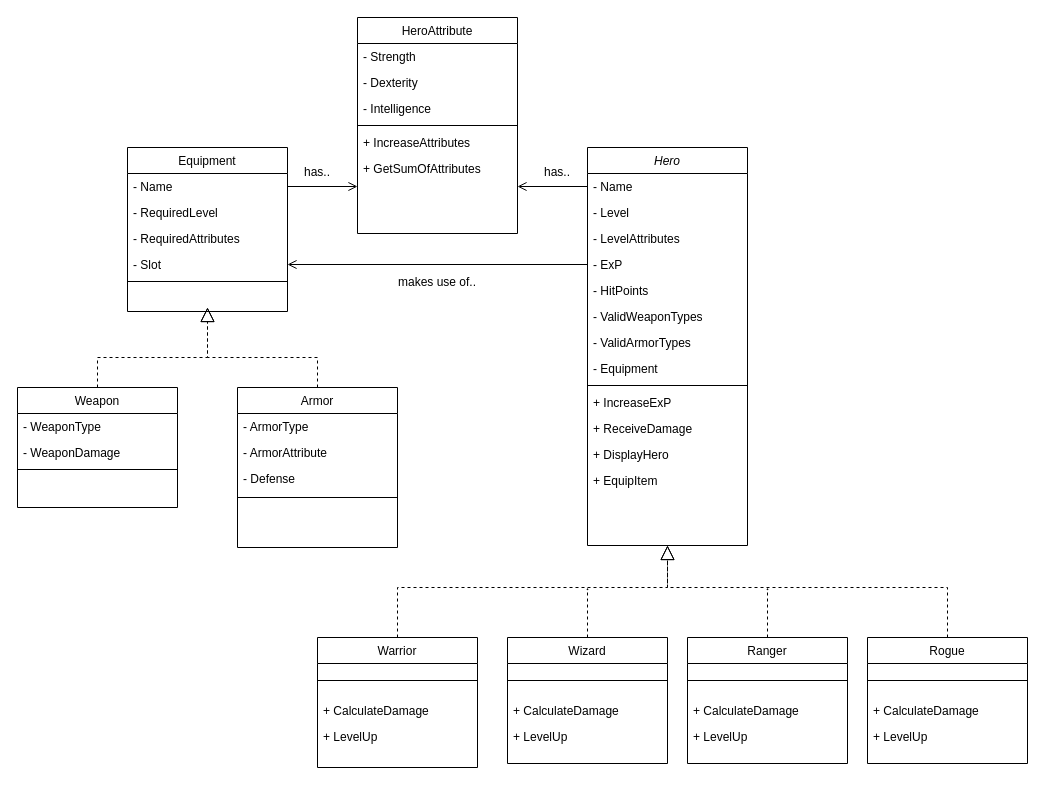
The draw.io diagram rpggame.drawio in vegardandersson/additional-files, before the edit. Source tidied: cells renumbered, new cells numbered last; positions are measured from the earlier drawing's top-left corner, leaving out a move shared by most shapes. Both pictures are drawn from the tidied source at 100%, with x=0, y=0 at pixel (17, 17).
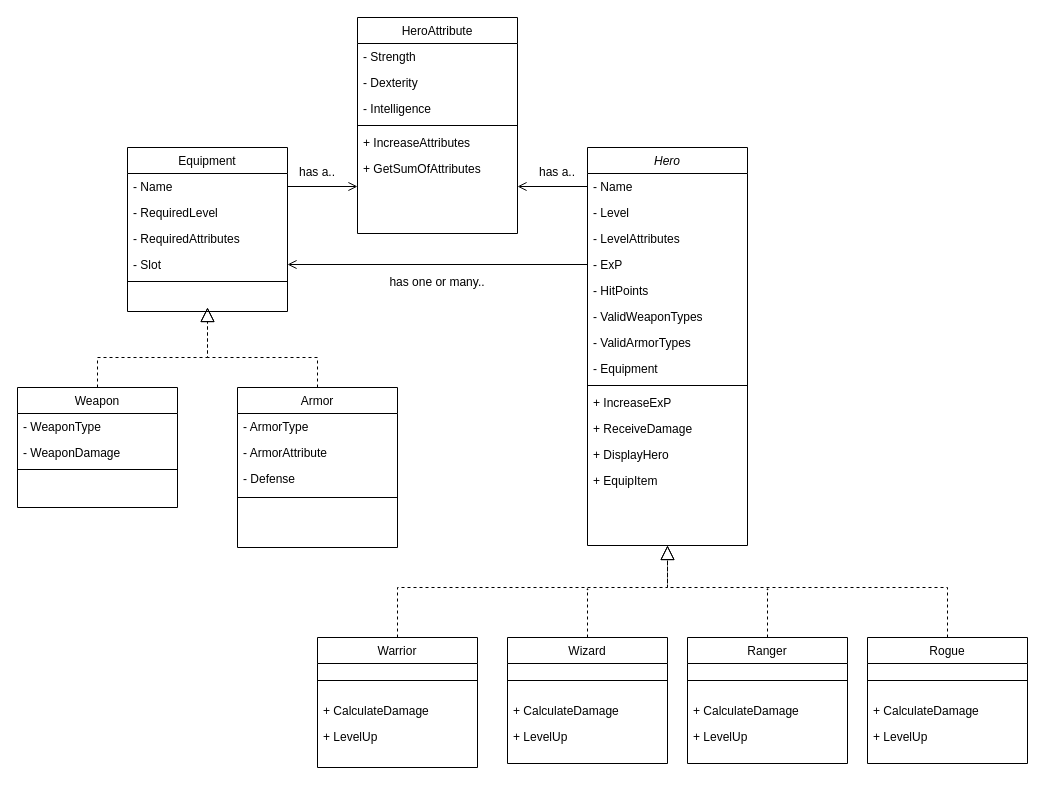
Above is the later version.

The edit, as a diff of the source:
```diff
@@
-    <mxCell id="43" value="has.." style="text;html=1;strokeColor=none;fillColor=none;align=center;verticalAlign=middle;whiteSpace=wrap;rounded=0;" parent="1" vertex="1">
+    <mxCell id="43" value="has a.." style="text;html=1;strokeColor=none;fillColor=none;align=center;verticalAlign=middle;whiteSpace=wrap;rounded=0;" parent="1" vertex="1">
       <mxGeometry x="510" y="140" width="60" height="30" as="geometry" />
     </mxCell>
-    <mxCell id="44" value="has.." style="text;html=1;strokeColor=none;fillColor=none;align=center;verticalAlign=middle;whiteSpace=wrap;rounded=0;" parent="1" vertex="1">
+    <mxCell id="44" value="has a.." style="text;html=1;strokeColor=none;fillColor=none;align=center;verticalAlign=middle;whiteSpace=wrap;rounded=0;" parent="1" vertex="1">
       <mxGeometry x="270" y="140" width="60" height="30" as="geometry" />
     </mxCell>
-    <mxCell id="45" value="makes use of.." style="text;html=1;strokeColor=none;fillColor=none;align=center;verticalAlign=middle;whiteSpace=wrap;rounded=0;" parent="1" vertex="1">
+    <mxCell id="45" value="has one or many.." style="text;html=1;strokeColor=none;fillColor=none;align=center;verticalAlign=middle;whiteSpace=wrap;rounded=0;" parent="1" vertex="1">
       <mxGeometry x="370" y="250" width="100" height="30" as="geometry" />
     </mxCell>
```
